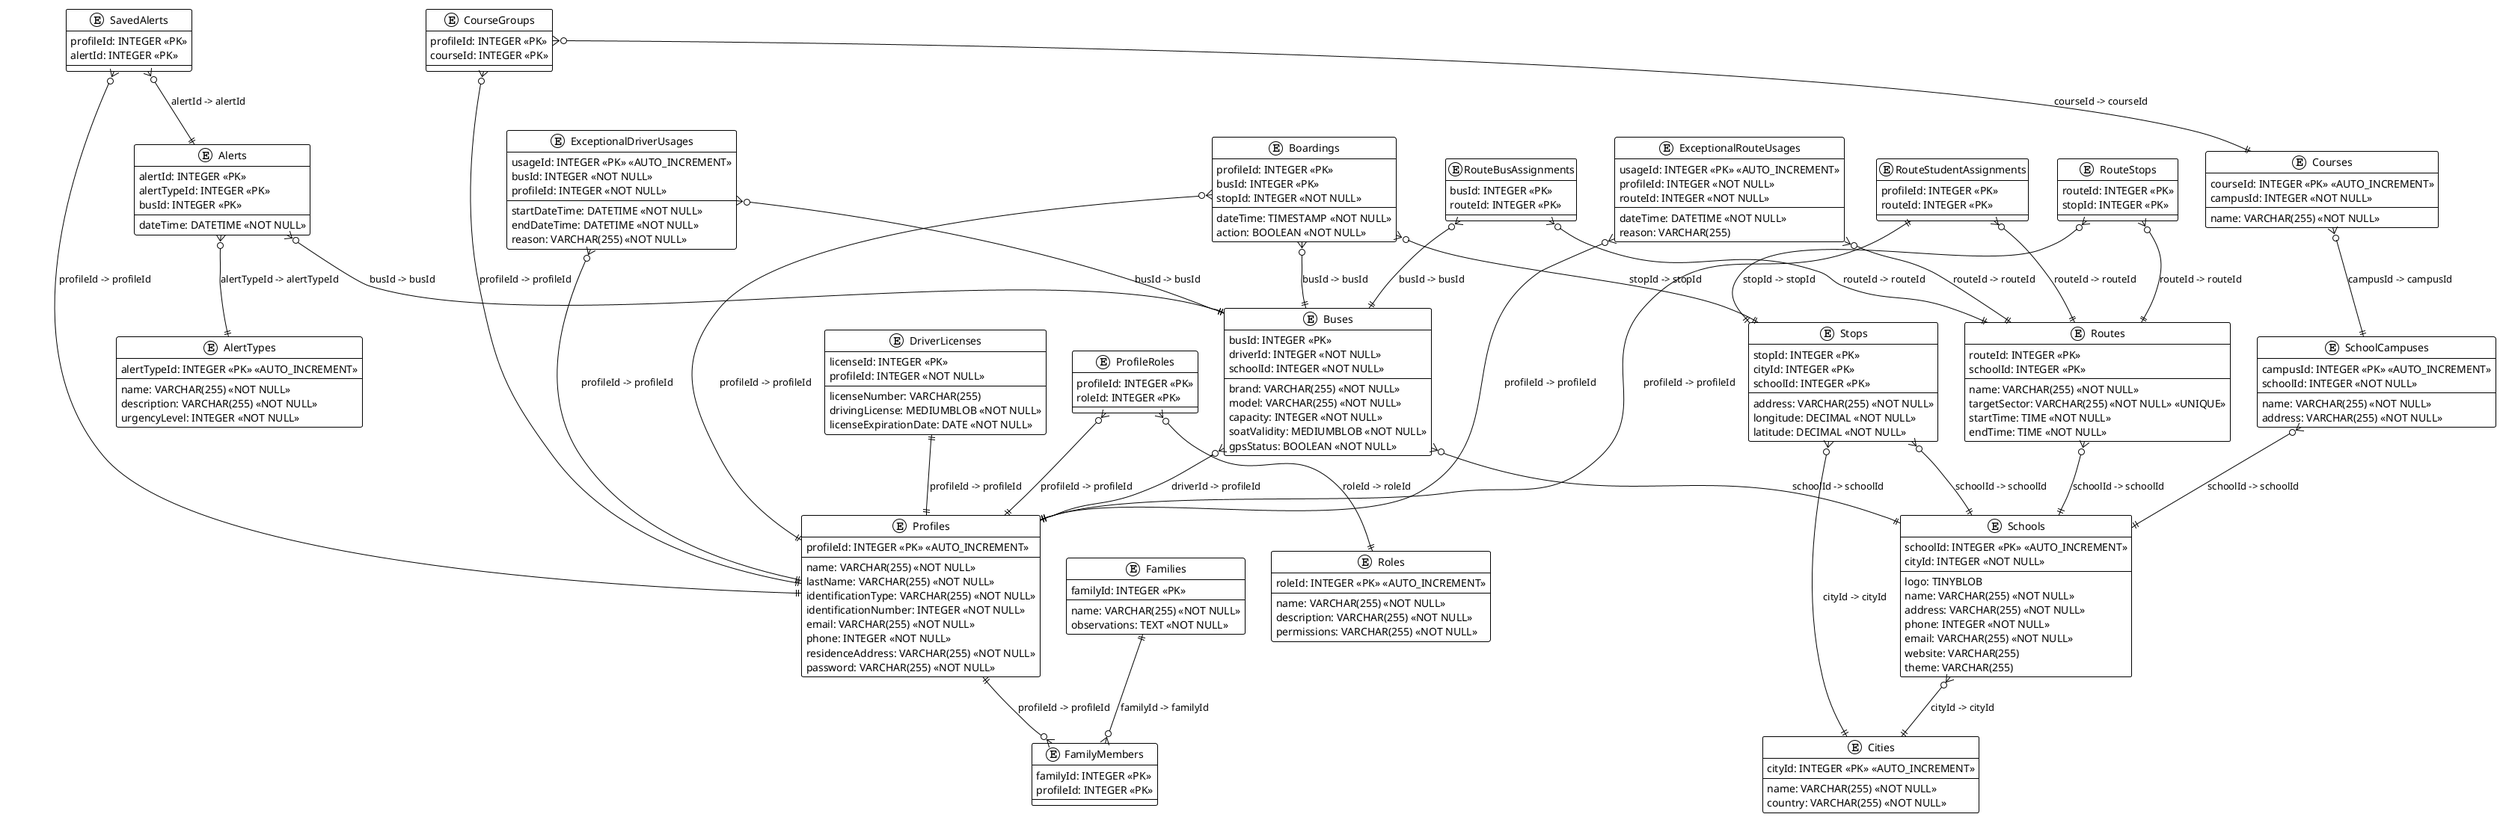
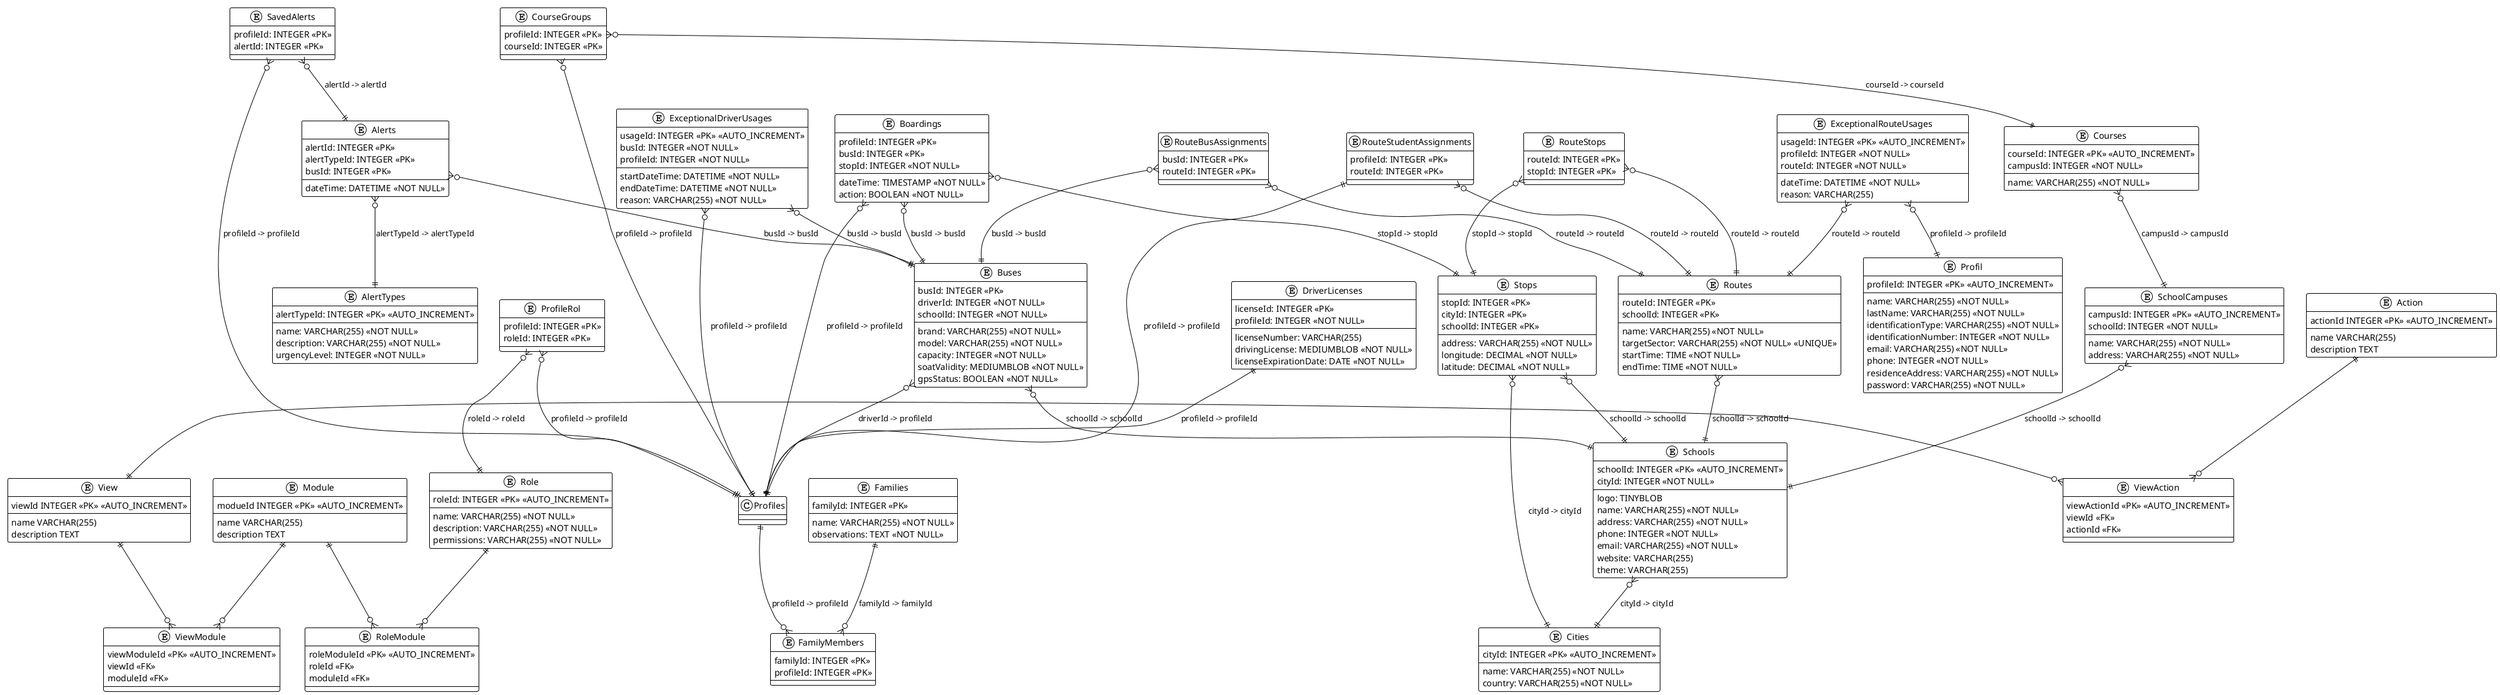
@startuml
!theme plain

entity Families {
  familyId: INTEGER <<PK>>
  --
  name: VARCHAR(255) <<NOT NULL>>
  observations: TEXT <<NOT NULL>>
}

- entity Profiles {
+ entity Profil {
  profileId: INTEGER <<PK>> <<AUTO_INCREMENT>>
  --
  name: VARCHAR(255) <<NOT NULL>>
  lastName: VARCHAR(255) <<NOT NULL>>
  identificationType: VARCHAR(255) <<NOT NULL>>
  identificationNumber: INTEGER <<NOT NULL>>
  email: VARCHAR(255) <<NOT NULL>>
  phone: INTEGER <<NOT NULL>>
  residenceAddress: VARCHAR(255) <<NOT NULL>>
  password: VARCHAR(255) <<NOT NULL>>
}

entity Schools {
  schoolId: INTEGER <<PK>> <<AUTO_INCREMENT>>
  cityId: INTEGER <<NOT NULL>>
  --
  logo: TINYBLOB
  name: VARCHAR(255) <<NOT NULL>>
  address: VARCHAR(255) <<NOT NULL>>
  phone: INTEGER <<NOT NULL>>
  email: VARCHAR(255) <<NOT NULL>>
  website: VARCHAR(255)
  theme: VARCHAR(255)
}

entity Boardings {
  profileId: INTEGER <<PK>>
  busId: INTEGER <<PK>>
  stopId: INTEGER <<NOT NULL>>
  --
  dateTime: TIMESTAMP <<NOT NULL>>
  action: BOOLEAN <<NOT NULL>>
}

entity SavedAlerts {
  profileId: INTEGER <<PK>>
  alertId: INTEGER <<PK>>
}

entity FamilyMembers {
  familyId: INTEGER <<PK>>
  profileId: INTEGER <<PK>>
}

entity Buses {
  busId: INTEGER <<PK>>
  driverId: INTEGER <<NOT NULL>>
  schoolId: INTEGER <<NOT NULL>>
  --
  brand: VARCHAR(255) <<NOT NULL>>
  model: VARCHAR(255) <<NOT NULL>>
  capacity: INTEGER <<NOT NULL>>
  soatValidity: MEDIUMBLOB <<NOT NULL>>
  gpsStatus: BOOLEAN <<NOT NULL>>
}

entity Stops {
  stopId: INTEGER <<PK>>
  cityId: INTEGER <<PK>>
  schoolId: INTEGER <<PK>>
  --
  address: VARCHAR(255) <<NOT NULL>>
  longitude: DECIMAL <<NOT NULL>>
  latitude: DECIMAL <<NOT NULL>>
}

entity Routes {
  routeId: INTEGER <<PK>>
  schoolId: INTEGER <<PK>>
  --
  name: VARCHAR(255) <<NOT NULL>>
  targetSector: VARCHAR(255) <<NOT NULL>> <<UNIQUE>>
  startTime: TIME <<NOT NULL>>
  endTime: TIME <<NOT NULL>>
}

entity AlertTypes {
  alertTypeId: INTEGER <<PK>> <<AUTO_INCREMENT>>
  --
  name: VARCHAR(255) <<NOT NULL>>
  description: VARCHAR(255) <<NOT NULL>>
  urgencyLevel: INTEGER <<NOT NULL>>
}

entity Alerts {
  alertId: INTEGER <<PK>>
  alertTypeId: INTEGER <<PK>>
  busId: INTEGER <<PK>>
  --
  dateTime: DATETIME <<NOT NULL>>
}

entity Cities {
  cityId: INTEGER <<PK>> <<AUTO_INCREMENT>>
  --
  name: VARCHAR(255) <<NOT NULL>>
  country: VARCHAR(255) <<NOT NULL>>
}

entity RouteStudentAssignments {
  profileId: INTEGER <<PK>>
  routeId: INTEGER <<PK>>
}

entity RouteStops {
  routeId: INTEGER <<PK>>
  stopId: INTEGER <<PK>>
}

entity RouteBusAssignments {
  busId: INTEGER <<PK>>
  routeId: INTEGER <<PK>>
}

entity SchoolCampuses {
  campusId: INTEGER <<PK>> <<AUTO_INCREMENT>>
  schoolId: INTEGER <<NOT NULL>>
  --
  name: VARCHAR(255) <<NOT NULL>>
  address: VARCHAR(255) <<NOT NULL>>
}

entity Courses {
  courseId: INTEGER <<PK>> <<AUTO_INCREMENT>>
  campusId: INTEGER <<NOT NULL>>
  --
  name: VARCHAR(255) <<NOT NULL>>
}

entity CourseGroups {
  profileId: INTEGER <<PK>>
  courseId: INTEGER <<PK>>
}

entity DriverLicenses {
  licenseId: INTEGER <<PK>>
  profileId: INTEGER <<NOT NULL>>
  --
  licenseNumber: VARCHAR(255)
  drivingLicense: MEDIUMBLOB <<NOT NULL>>
  licenseExpirationDate: DATE <<NOT NULL>>
}

- entity ProfileRoles {
+ entity ProfileRol {
  profileId: INTEGER <<PK>>
  roleId: INTEGER <<PK>>
}

- entity Roles {
+ entity Role {
  roleId: INTEGER <<PK>> <<AUTO_INCREMENT>>
  --
  name: VARCHAR(255) <<NOT NULL>>
  description: VARCHAR(255) <<NOT NULL>>
  permissions: VARCHAR(255) <<NOT NULL>>
}

entity ExceptionalDriverUsages {
  usageId: INTEGER <<PK>> <<AUTO_INCREMENT>>
  busId: INTEGER <<NOT NULL>>
  profileId: INTEGER <<NOT NULL>>
  --
  startDateTime: DATETIME <<NOT NULL>>
  endDateTime: DATETIME <<NOT NULL>>
  reason: VARCHAR(255) <<NOT NULL>>
}

entity ExceptionalRouteUsages {
  usageId: INTEGER <<PK>> <<AUTO_INCREMENT>>
  profileId: INTEGER <<NOT NULL>>
  routeId: INTEGER <<NOT NULL>>
  --
  dateTime: DATETIME <<NOT NULL>>
  reason: VARCHAR(255)
}

+ entity Action {
+   actionId INTEGER <<PK>> <<AUTO_INCREMENT>>
+   --
+   name VARCHAR(255)
+   description TEXT
+ }
+ 
+ entity View {
+   viewId INTEGER <<PK>> <<AUTO_INCREMENT>>
+   --
+   name VARCHAR(255)
+   description TEXT
+ }
+ 
+ entity Module {
+   modueId INTEGER <<PK>> <<AUTO_INCREMENT>>
+   --
+   name VARCHAR(255)
+   description TEXT
+ }
+ 
+ entity RoleModule {
+   roleModuleId <<PK>> <<AUTO_INCREMENT>>
+   roleId <<FK>>
+   moduleId <<FK>>
+ }
+ 
+ entity ViewModule {
+   viewModuleId <<PK>> <<AUTO_INCREMENT>>
+   viewId <<FK>>
+   moduleId <<FK>>
+ }
+ 
+ entity ViewAction {
+   viewActionId <<PK>> <<AUTO_INCREMENT>>
+   viewId <<FK>>
+   actionId <<FK>>
+ }
+ 
' Relaciones

SavedAlerts }o--|| Profiles : "profileId -> profileId"
SavedAlerts }o--|| Alerts : "alertId -> alertId"

Alerts }o--|| AlertTypes : "alertTypeId -> alertTypeId"
Alerts }o--|| Buses : "busId -> busId"

SchoolCampuses }o--|| Schools : "schoolId -> schoolId"

Profiles ||--o{ FamilyMembers : "profileId -> profileId"
Families ||--o{ FamilyMembers : "familyId -> familyId"

Boardings }o--|| Profiles : "profileId -> profileId"
Boardings }o--|| Buses : "busId -> busId"
Boardings }o--|| Stops : "stopId -> stopId"

Stops }o--|| Cities : "cityId -> cityId"
Schools }o--|| Cities : "cityId -> cityId"

RouteStudentAssignments }o--|| Routes : "routeId -> routeId"
RouteStudentAssignments ||--|| Profiles : "profileId -> profileId"

RouteStops }o--|| Routes : "routeId -> routeId"
RouteStops }o--|| Stops : "stopId -> stopId"

RouteBusAssignments }o--|| Buses : "busId -> busId"
RouteBusAssignments }o--|| Routes : "routeId -> routeId"

Buses }o--|| Schools : "schoolId -> schoolId"
Buses }o--|| Profiles : "driverId -> profileId"

Stops }o--|| Schools : "schoolId -> schoolId"

Routes }o--|| Schools : "schoolId -> schoolId"

Courses }o--|| SchoolCampuses : "campusId -> campusId"

CourseGroups }o--|| Profiles : "profileId -> profileId"
CourseGroups }o--|| Courses : "courseId -> courseId"

DriverLicenses ||--|| Profiles : "profileId -> profileId"

- ProfileRoles }o--|| Profiles : "profileId -> profileId"
- ProfileRoles }o--|| Roles : "roleId -> roleId"
+ ProfileRol }o--|| Profiles : "profileId -> profileId"
+ ProfileRol }o--|| Role : "roleId -> roleId"

ExceptionalDriverUsages }o--|| Buses : "busId -> busId"
ExceptionalDriverUsages }o--|| Profiles : "profileId -> profileId"

- ExceptionalRouteUsages }o--|| Profiles : "profileId -> profileId"
+ ExceptionalRouteUsages }o--|| Profil : "profileId -> profileId"
ExceptionalRouteUsages }o--|| Routes : "routeId -> routeId"

+ Module ||--o{ RoleModule
+ Role ||--o{ RoleModule
+ 
+ View ||-o{ ViewAction
+ Action ||--o{ ViewAction
+ 
+ View ||--o{ ViewModule
+ Module ||--o{ ViewModule
@enduml